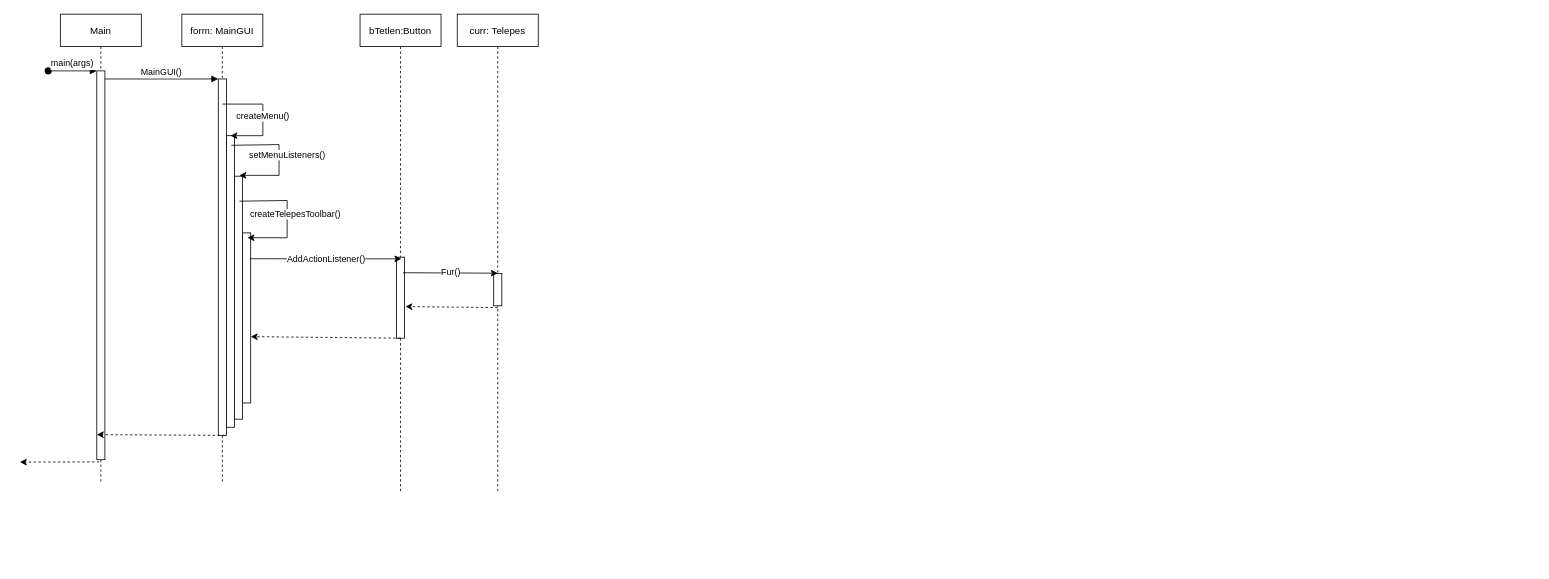
This is doc/UIszek/fur.drawio from torpeBoiGo/aszteroidabanyaszat, a draw.io file, before an edit. Source tidied: cells renumbered, new cells numbered last; positions are measured from the earlier drawing's top-left corner, leaving out a move shared by most shapes. Both pictures are drawn from the tidied source at 81%, with x=0, y=0 at pixel (19, 14).
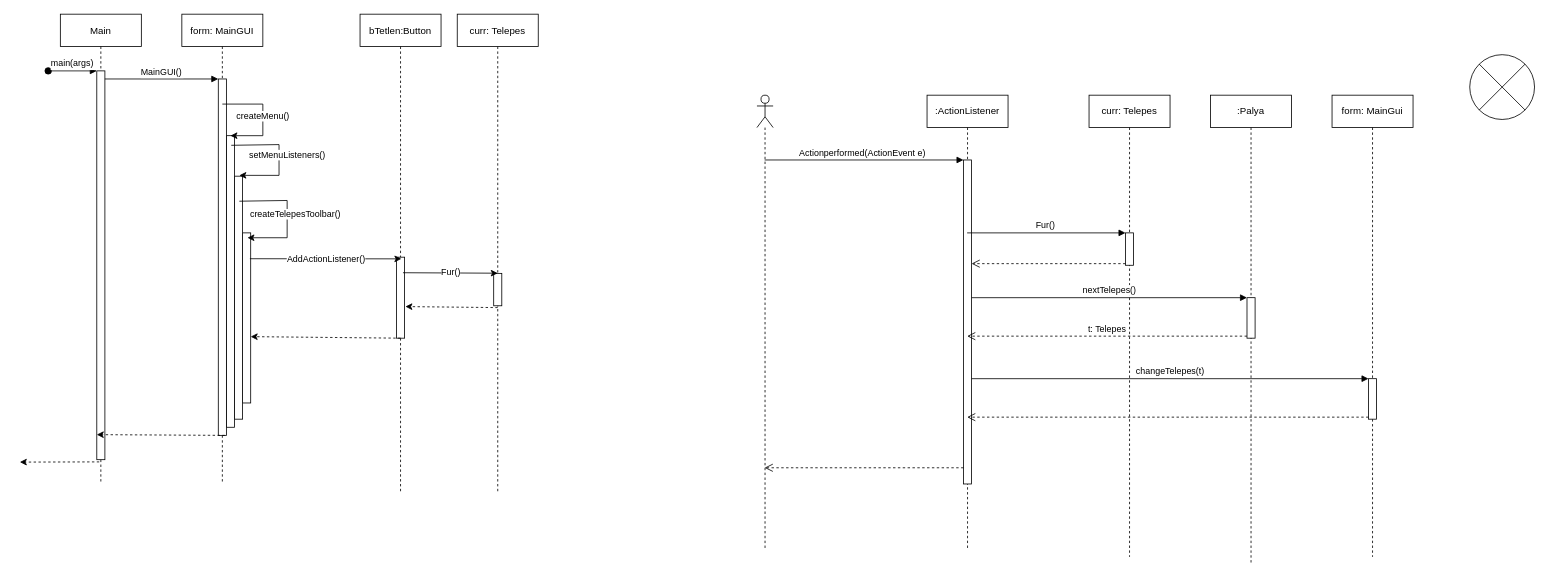
After the change.

The edit, as a diff of the source:
```diff
@@
+    <mxCell id="24" value=":ActionListener" style="shape=umlLifeline;perimeter=lifelinePerimeter;whiteSpace=wrap;html=1;outlineConnect=0;" parent="1" vertex="1">
+      <mxGeometry x="1120" y="100" width="100" height="560" as="geometry" />
+    </mxCell>
+    <mxCell id="25" style="html=1;points=[];perimeter=orthogonalPerimeter;" parent="24" vertex="1">
+      <mxGeometry x="45" y="80" width="10" height="400" as="geometry" />
+    </mxCell>
+    <mxCell id="26" style="shape=umlLifeline;participant=umlActor;perimeter=lifelinePerimeter;whiteSpace=wrap;html=1;verticalAlign=top;spacingTop=36;outlineConnect=0;" parent="1" vertex="1">
+      <mxGeometry x="910" y="100" width="20" height="560" as="geometry" />
+    </mxCell>
+    <mxCell id="27" value="Actionperformed(ActionEvent e)" style="html=1;verticalAlign=bottom;endArrow=block;entryX=0;entryY=0;" parent="1" edge="1" source="26" target="25">
+      <mxGeometry x="-0.02" relative="1" as="geometry" />
+    </mxCell>
+    <mxCell id="28" style="html=1;verticalAlign=bottom;endArrow=open;dashed=1;endSize=8;exitX=0;exitY=0.95;" parent="1" edge="1" source="25" target="26">
+      <mxGeometry x="0.1" y="-58" relative="1" as="geometry" />
+    </mxCell>
+    <mxCell id="29" value="curr: Telepes" style="shape=umlLifeline;perimeter=lifelinePerimeter;whiteSpace=wrap;html=1;" parent="1" vertex="1">
+      <mxGeometry x="1320" y="100" width="100" height="570" as="geometry" />
+    </mxCell>
+    <mxCell id="30" style="html=1;points=[];perimeter=orthogonalPerimeter;" parent="29" vertex="1">
+      <mxGeometry x="45" y="170" width="10" height="40" as="geometry" />
+    </mxCell>
+    <mxCell id="31" value="Fur()" style="html=1;verticalAlign=bottom;endArrow=block;entryX=0;entryY=0;" parent="1" edge="1" source="24" target="30">
+      <mxGeometry x="-0.02" relative="1" as="geometry" />
+    </mxCell>
+    <mxCell id="32" style="html=1;verticalAlign=bottom;endArrow=open;dashed=1;endSize=8;exitX=0;exitY=0.95;" parent="1" edge="1" source="30" target="25">
+      <mxGeometry relative="1" as="geometry" />
+    </mxCell>
+    <mxCell id="33" value=":Palya" style="shape=umlLifeline;perimeter=lifelinePerimeter;whiteSpace=wrap;html=1;" parent="1" vertex="1">
+      <mxGeometry x="1470" y="100" width="100" height="580" as="geometry" />
+    </mxCell>
+    <mxCell id="34" style="html=1;points=[];perimeter=orthogonalPerimeter;" parent="33" vertex="1">
+      <mxGeometry x="45" y="250" width="10" height="50" as="geometry" />
+    </mxCell>
+    <mxCell id="35" value="nextTelepes()" style="html=1;verticalAlign=bottom;endArrow=block;entryX=0;entryY=0;" parent="1" edge="1" source="25" target="34">
+      <mxGeometry relative="1" as="geometry" />
+    </mxCell>
+    <mxCell id="36" value="t: Telepes" style="html=1;verticalAlign=bottom;endArrow=open;dashed=1;endSize=8;exitX=0;exitY=0.95;" parent="1" edge="1" source="34" target="24">
+      <mxGeometry relative="1" as="geometry" />
+    </mxCell>
+    <mxCell id="37" value="form: MainGui" style="shape=umlLifeline;perimeter=lifelinePerimeter;whiteSpace=wrap;html=1;" parent="1" vertex="1">
+      <mxGeometry x="1620" y="100" width="100" height="570" as="geometry" />
+    </mxCell>
+    <mxCell id="38" style="html=1;points=[];perimeter=orthogonalPerimeter;" parent="37" vertex="1">
+      <mxGeometry x="45" y="350" width="10" height="50" as="geometry" />
+    </mxCell>
+    <mxCell id="39" value="changeTelepes(t)" style="html=1;verticalAlign=bottom;endArrow=block;entryX=0;entryY=0;" parent="1" edge="1" source="25" target="38">
+      <mxGeometry relative="1" as="geometry" />
+    </mxCell>
+    <mxCell id="40" style="html=1;verticalAlign=bottom;endArrow=open;dashed=1;endSize=8;exitX=0;exitY=0.95;" parent="1" edge="1" source="38" target="24">
+      <mxGeometry relative="1" as="geometry" />
+    </mxCell>
+    <mxCell id="41" style="shape=sumEllipse;perimeter=ellipsePerimeter;whiteSpace=wrap;html=1;backgroundOutline=1;" parent="1" vertex="1">
+      <mxGeometry x="1790" y="50" width="80" height="80" as="geometry" />
+    </mxCell>
```
